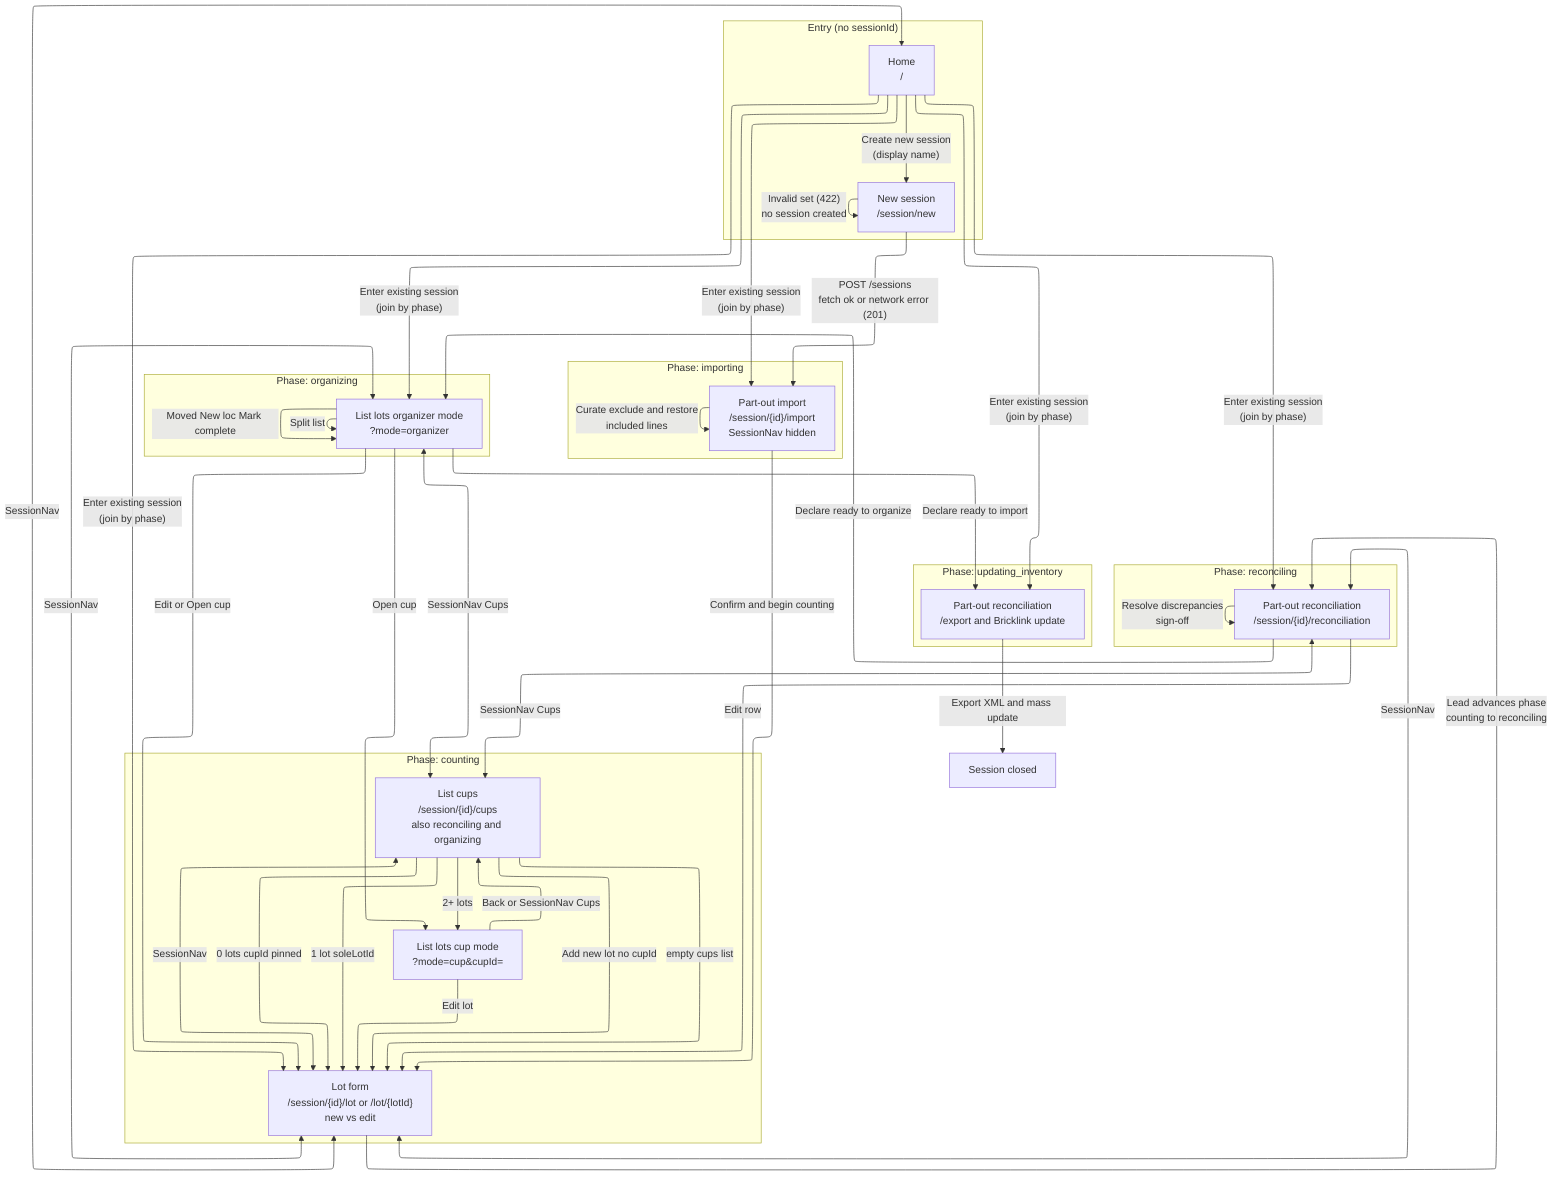
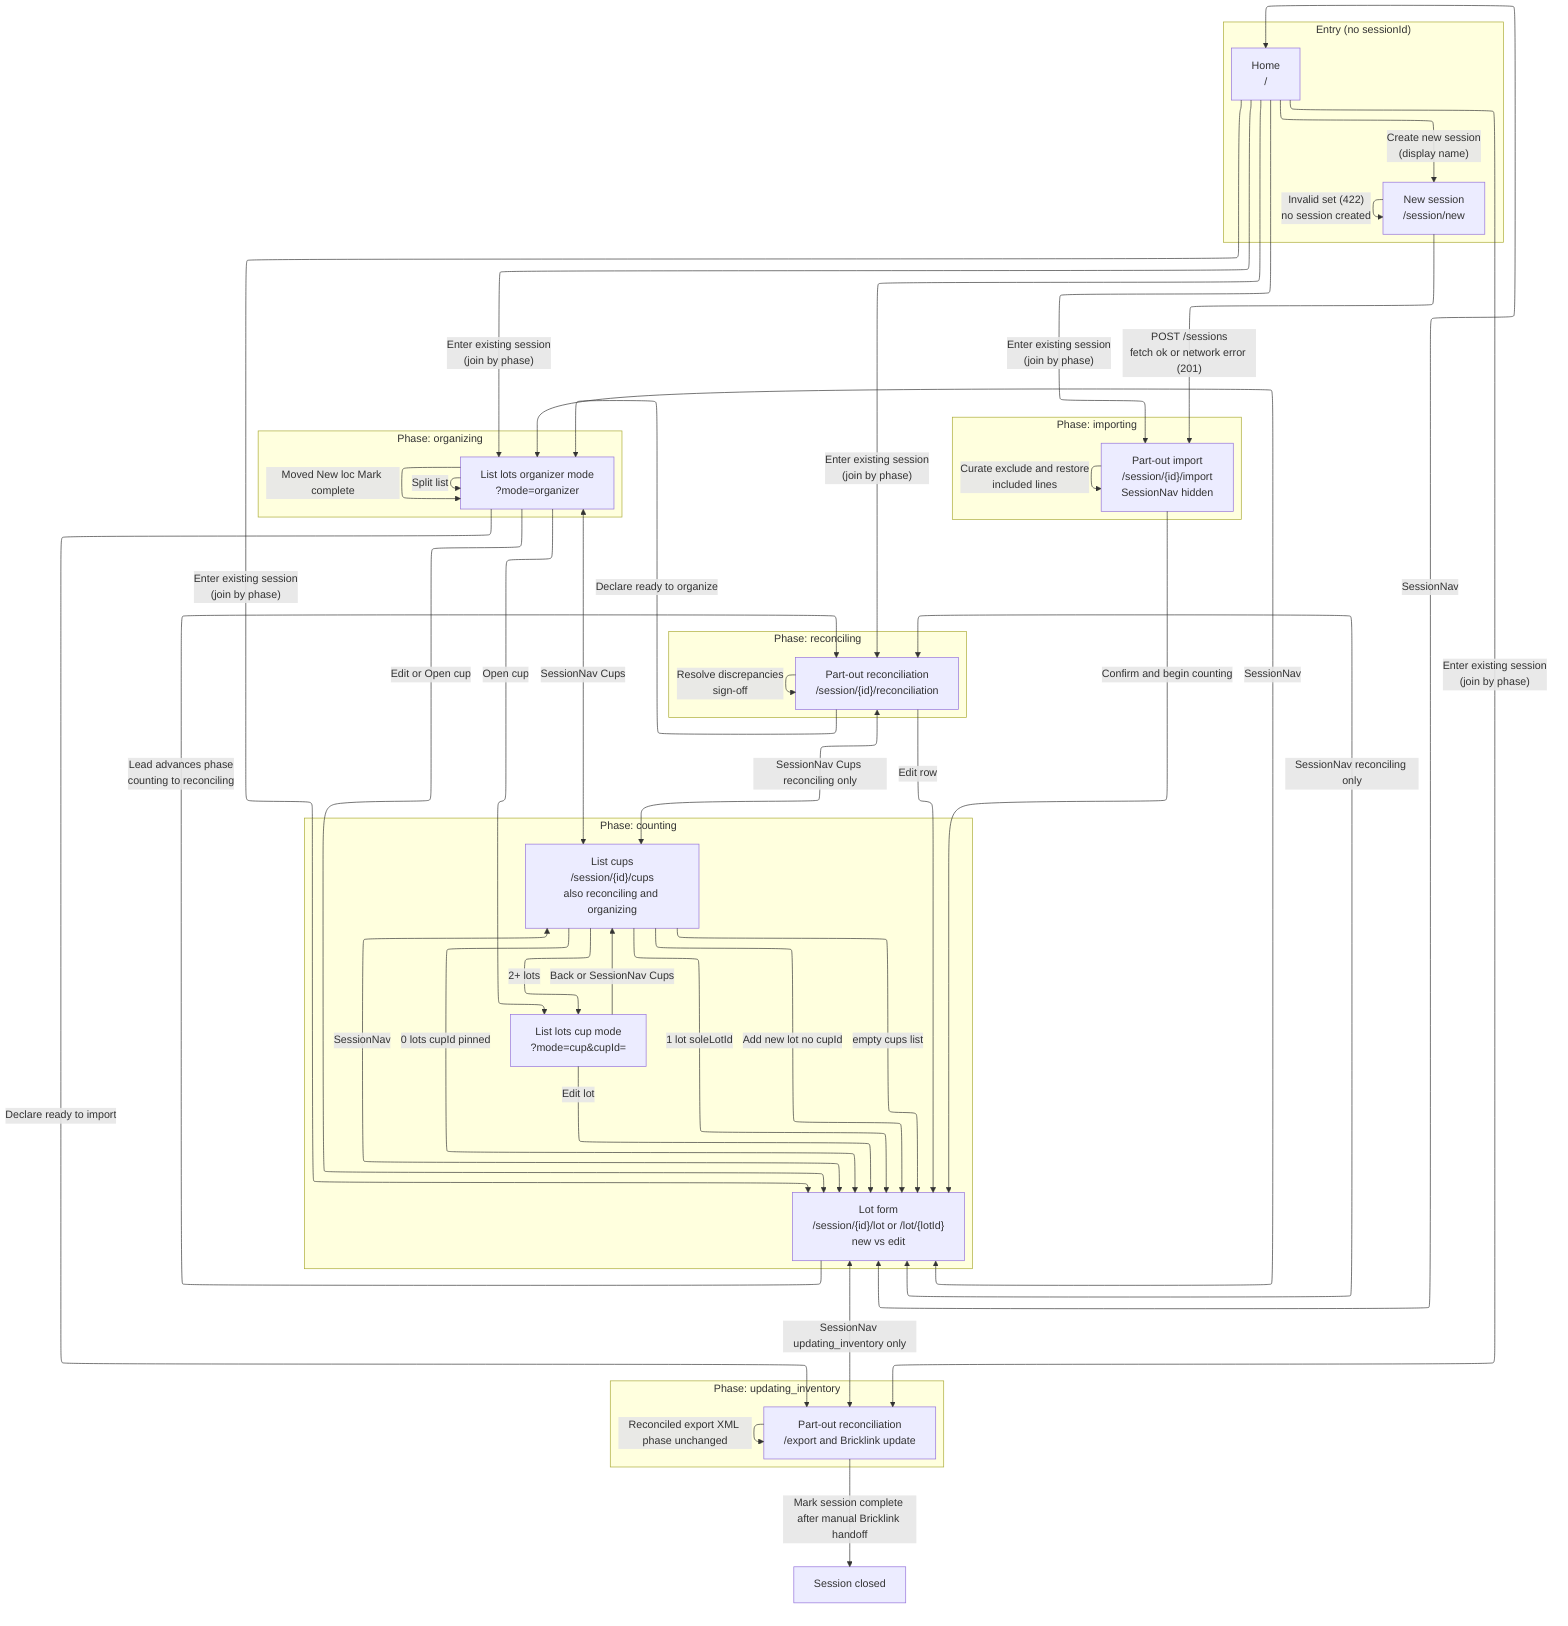
---
config:
  layout: elk
---
%% End-to-end part-out coordinator workflow (storyboard order)
%% Sources: docs/view-specs/README.md, storyboard.md, all seven view specs

flowchart TB
    subgraph entry["Entry (no sessionId)"]
        HOME["Home<br>/"]
        NEW["New session<br>/session/new"]
    end

    subgraph import_phase["Phase: importing"]
        IMPORT["Part-out import<br>/session/{id}/import<br>SessionNav hidden"]
    end

    subgraph counting_phase["Phase: counting"]
        LOT["Lot form<br>/session/{id}/lot or /lot/{lotId}<br>new vs edit"]
        CUPS["List cups<br>/session/{id}/cups<br>also reconciling and organizing"]
        LOTS_CUP["List lots cup mode<br>?mode=cup&cupId="]
    end

    subgraph reconciling_phase["Phase: reconciling"]
        RECON["Part-out reconciliation<br>/session/{id}/reconciliation"]
    end

    subgraph organizing_phase["Phase: organizing"]
        LOTS_ORG["List lots organizer mode<br>?mode=organizer"]
    end

    subgraph updating_inventory_phase["Phase: updating_inventory"]
        STORE_UPDATE["Part-out reconciliation<br>/export and Bricklink update"]
    end

    CLOSED["Session closed"]

    HOME -->|"Create new session<br>(display name)"| NEW
    HOME -->|"Enter existing session<br>(join by phase)"| IMPORT
    HOME -->|"Enter existing session<br>(join by phase)"| LOT
    HOME -->|"Enter existing session<br>(join by phase)"| RECON
    HOME -->|"Enter existing session<br>(join by phase)"| LOTS_ORG
    HOME -->|"Enter existing session<br>(join by phase)"| STORE_UPDATE

    NEW -->|"POST /sessions<br>fetch ok or network error (201)"| IMPORT
    NEW -->|"Invalid set (422)<br>no session created"| NEW

    IMPORT -->|"Curate exclude and restore<br>included lines"| IMPORT
    IMPORT -->|"Confirm and begin counting"| LOT

    LOT <-->|"SessionNav"| CUPS
    LOT <-->|"SessionNav"| LOTS_ORG
-     LOT <-->|"SessionNav"| RECON
+     LOT <-->|"SessionNav reconciling only"| RECON
+     LOT <-->|"SessionNav updating_inventory only"| STORE_UPDATE
    LOT <-->|"SessionNav"| HOME

-     RECON <-->|"SessionNav Cups"| CUPS
+     RECON <-->|"SessionNav Cups reconciling only"| CUPS
    LOTS_ORG <-->|"SessionNav Cups"| CUPS

    CUPS -->|"0 lots cupId pinned"| LOT
    CUPS -->|"1 lot soleLotId"| LOT
    CUPS -->|"2+ lots"| LOTS_CUP
    CUPS -->|"Add new lot no cupId"| LOT
    CUPS -->|"empty cups list"| LOT

    LOTS_CUP -->|"Edit lot"| LOT
    LOTS_CUP -->|"Back or SessionNav Cups"| CUPS

    LOT -->|"Lead advances phase<br>counting to reconciling"| RECON
    RECON -->|"Edit row"| LOT
    RECON -->|"Resolve discrepancies<br>sign-off"| RECON
    RECON -->|"Declare ready to organize"| LOTS_ORG

    LOTS_ORG -->|"Split list"| LOTS_ORG
    LOTS_ORG -->|"Moved New loc Mark complete"| LOTS_ORG
    LOTS_ORG -->|"Edit or Open cup"| LOT
    LOTS_ORG -->|"Open cup"| LOTS_CUP
    LOTS_ORG -->|"Declare ready to import"| STORE_UPDATE

-     STORE_UPDATE -->|"Export XML and mass update"| CLOSED
+     STORE_UPDATE -->|"Reconciled export XML phase unchanged"| STORE_UPDATE
+     STORE_UPDATE -->|"Mark session complete after manual Bricklink handoff"| CLOSED
